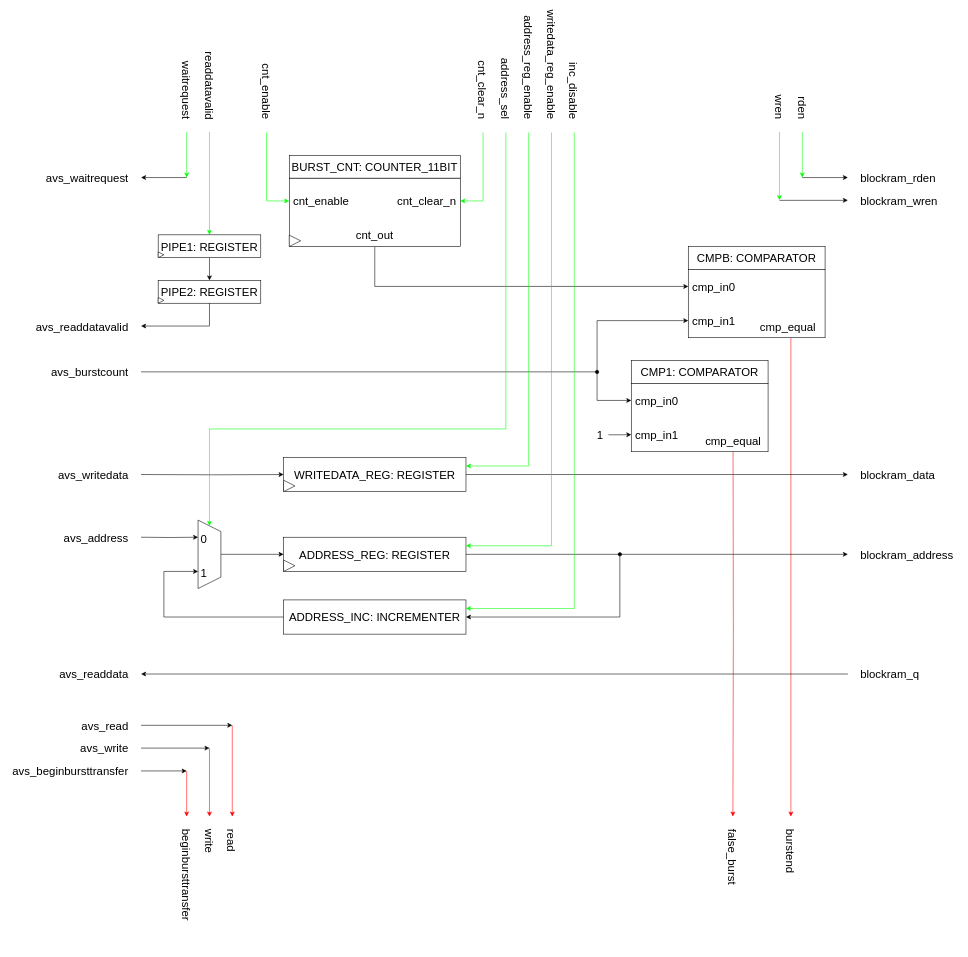
This is page "CONVERTER RTL" (2 of 3) of blockram_system_v2/ip/custom_OCRAM/schematics/blockRAM_system.drawio from AndreaBononi/Intel_Cyclone10LP_systems, a draw.io file, before an edit. Source tidied: cells renumbered, new cells numbered last; positions are measured from the earlier drawing's top-left corner, leaving out a move shared by most shapes. Both pictures are drawn from the tidied source at 57%, with x=0, y=0 at pixel (10, 61).
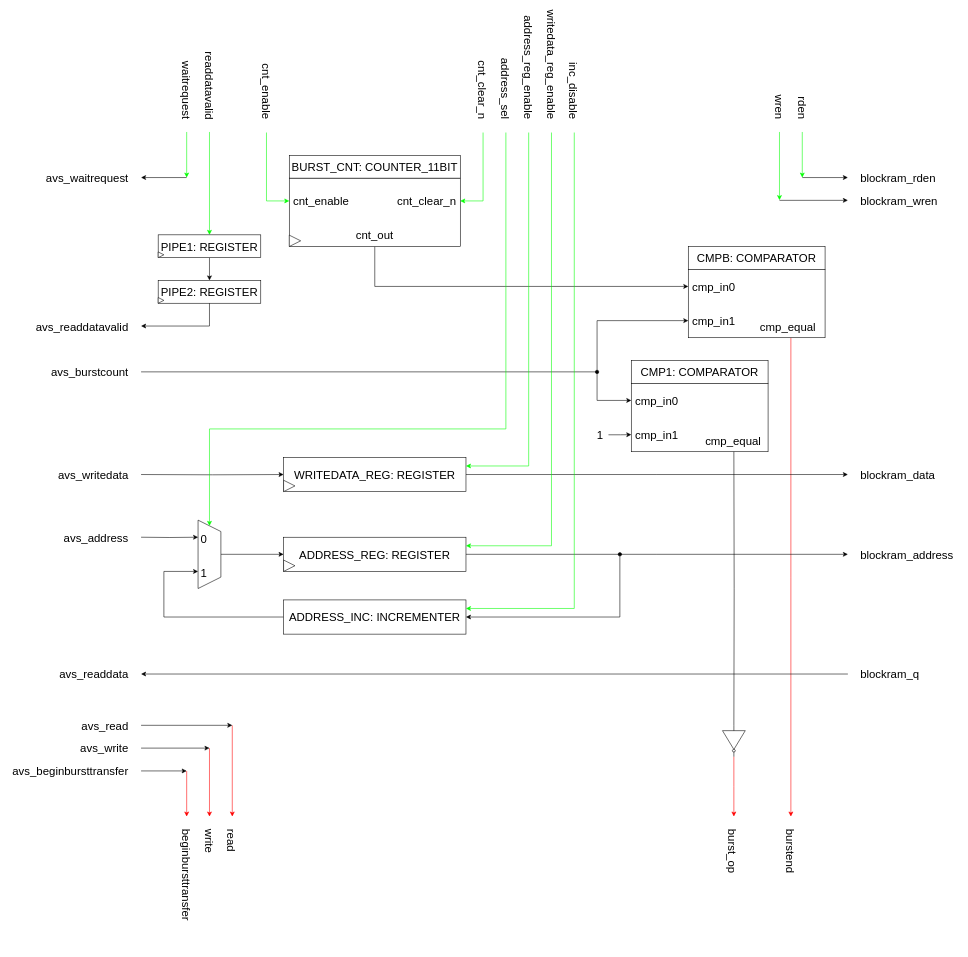
The same diagram, later.

Diff of the diagram source:
```diff
@@
-    <mxCell id="92" style="edgeStyle=orthogonalEdgeStyle;rounded=0;orthogonalLoop=1;jettySize=auto;html=1;exitX=0.75;exitY=1;exitDx=0;exitDy=0;strokeColor=#FF0000;" parent="1" edge="1">
+    <mxCell id="92" style="edgeStyle=orthogonalEdgeStyle;rounded=0;jettySize=auto;html=1;exitX=0.75;exitY=1;exitDx=0;exitDy=0;strokeColor=default;entryX=0;entryY=0.5;entryDx=0;entryDy=0;entryPerimeter=0;endArrow=none;endFill=0;" parent="1" edge="1" target="96">
       <mxGeometry relative="1" as="geometry">
-        <mxPoint x="1268.6" y="685" as="sourcePoint" />
-        <mxPoint x="1268.3" y="1325" as="targetPoint" />
+        <mxPoint x="1270" y="685" as="sourcePoint" />
       </mxGeometry>
     </mxCell>
-    <mxCell id="93" value="&lt;font style=&quot;font-size: 20px;&quot;&gt;false_burst&lt;/font&gt;" style="text;html=1;strokeColor=none;fillColor=none;align=left;verticalAlign=middle;whiteSpace=wrap;rounded=0;rotation=90;" parent="1" vertex="1">
+    <mxCell id="93" value="&lt;font style=&quot;font-size: 20px;&quot;&gt;burst_op&lt;/font&gt;" style="text;html=1;strokeColor=none;fillColor=none;align=left;verticalAlign=middle;whiteSpace=wrap;rounded=0;rotation=90;" parent="1" vertex="1">
       <mxGeometry x="1219" y="1380" width="100" height="30" as="geometry" />
     </mxCell>
@@
+    <mxCell id="95" style="edgeStyle=orthogonalEdgeStyle;rounded=0;jettySize=auto;html=1;exitX=1;exitY=0.5;exitDx=0;exitDy=0;exitPerimeter=0;strokeColor=#FF0000;" parent="1" edge="1" source="96">
+      <mxGeometry relative="1" as="geometry">
+        <mxPoint x="1270" y="1325" as="targetPoint" />
+      </mxGeometry>
+    </mxCell>
+    <mxCell id="96" style="verticalLabelPosition=bottom;shadow=0;dashed=0;align=center;html=1;verticalAlign=top;shape=mxgraph.electrical.logic_gates.inverter_2;direction=south;" parent="1" vertex="1">
+      <mxGeometry x="1250" y="1165" width="40" height="55" as="geometry" />
+    </mxCell>
```
